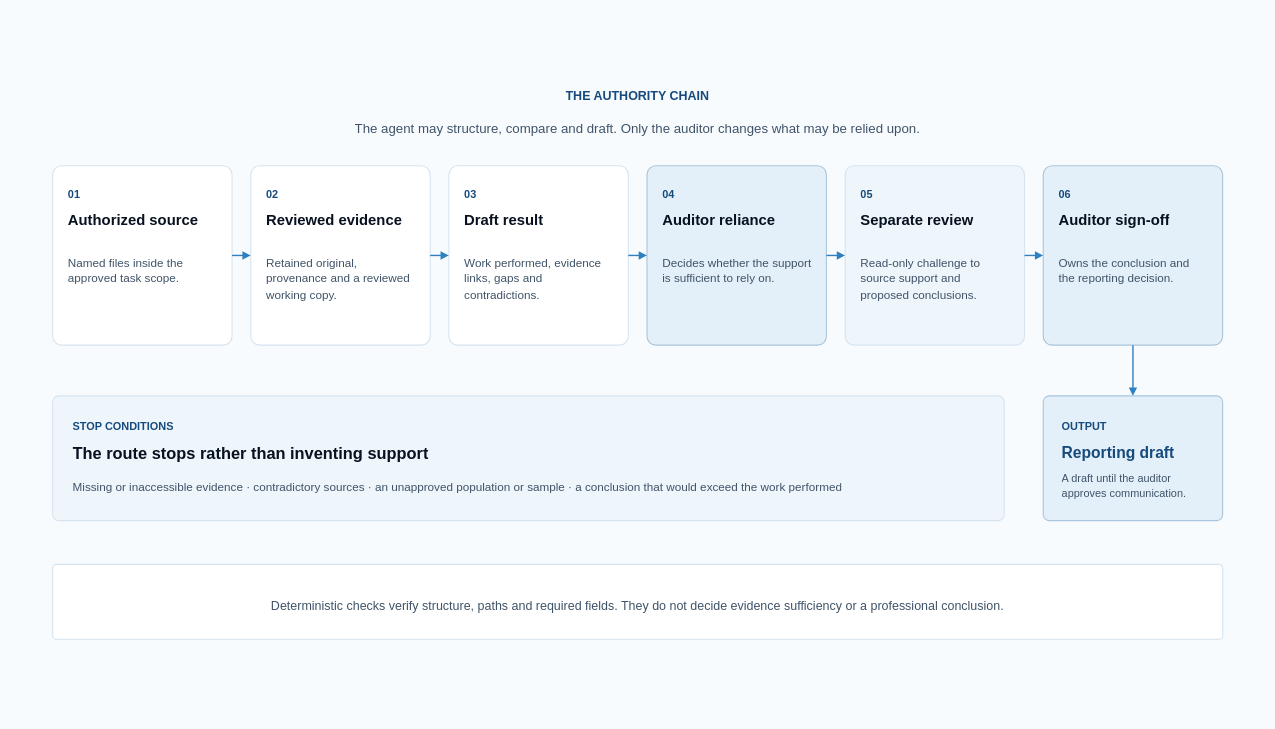
The draw.io diagram aeos/assets/source/aeos-guardrail-stack.drawio in busera/busera.github.io, before the edit. Source tidied: cells renumbered, new cells numbered last; positions are measured from the earlier drawing's top-left corner, leaving out a move shared by most shapes. Both pictures are drawn from the tidied source at 78%, with x=0, y=0 at pixel (13, 13).
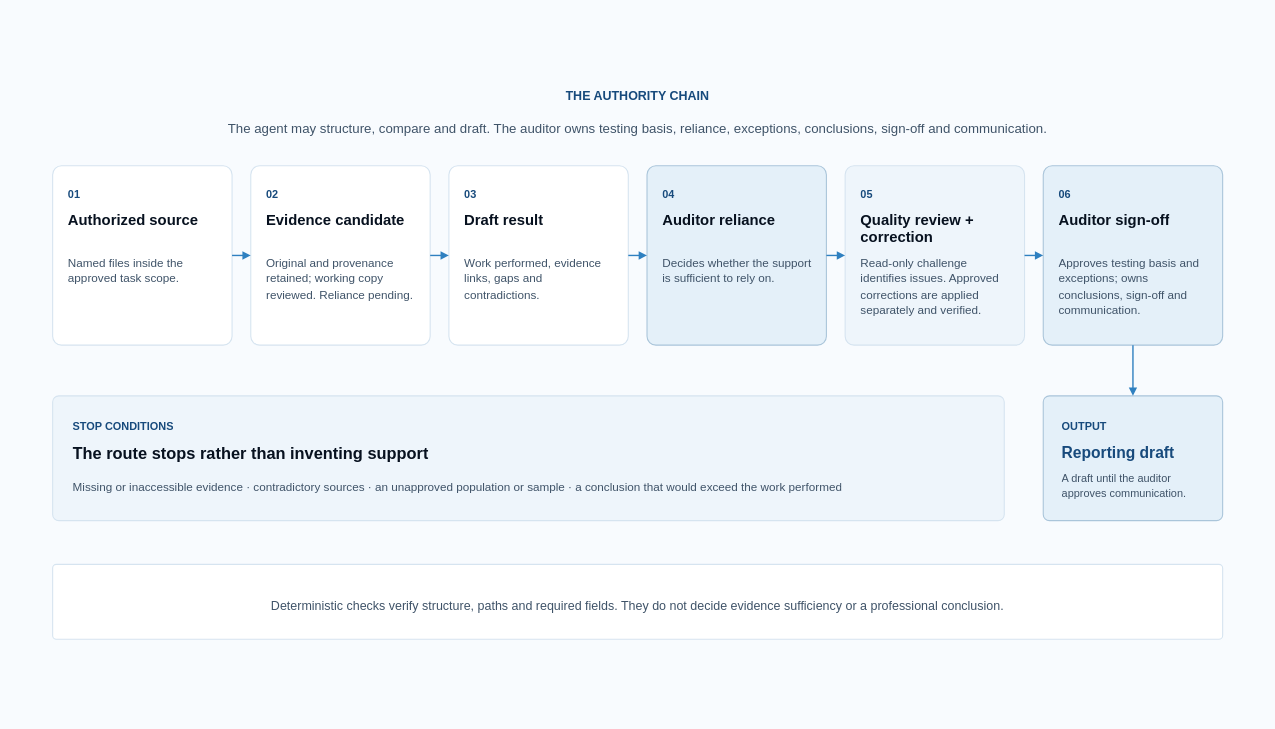
The same page after the edit.

The edit, as a diff of the source:
```diff
@@
-    <mxCell id="4" value="The agent may structure, compare and draft. Only the auditor changes what may be relied upon." style="text;html=1;whiteSpace=wrap;overflow=hidden;strokeColor=none;fillColor=none;spacing=0;spacingTop=0;spacingBottom=0;spacingLeft=0;spacingRight=0;align=center;verticalAlign=middle;fontFamily=Helvetica;fontColor=#3F5368;fontSize=17;fontStyle=0;" parent="1" vertex="1">
+    <mxCell id="4" value="The agent may structure, compare and draft. The auditor owns testing basis, reliance, exceptions, conclusions, sign-off and communication." style="text;html=1;whiteSpace=wrap;overflow=hidden;strokeColor=none;fillColor=none;spacing=0;spacingTop=0;spacingBottom=0;spacingLeft=0;spacingRight=0;align=center;verticalAlign=middle;fontFamily=Helvetica;fontColor=#3F5368;fontSize=17;fontStyle=0;" parent="1" vertex="1">
       <mxGeometry x="250" y="126" width="1100" height="46" as="geometry" />
     </mxCell>
@@
-    <mxCell id="11" value="&lt;div style=&quot;line-height:1.15;&quot;&gt;Reviewed evidence&lt;/div&gt;" style="text;html=1;whiteSpace=wrap;overflow=hidden;strokeColor=none;fillColor=none;spacing=0;spacingTop=0;spacingBottom=0;spacingLeft=0;spacingRight=0;align=left;verticalAlign=top;fontFamily=Helvetica;fontColor=#07111F;fontSize=19;fontStyle=1;" parent="1" vertex="1">
+    <mxCell id="11" value="&lt;div style=&quot;line-height:1.15;&quot;&gt;Evidence candidate&lt;/div&gt;" style="text;html=1;whiteSpace=wrap;overflow=hidden;strokeColor=none;fillColor=none;spacing=0;spacingTop=0;spacingBottom=0;spacingLeft=0;spacingRight=0;align=left;verticalAlign=top;fontFamily=Helvetica;fontColor=#07111F;fontSize=19;fontStyle=1;" parent="1" vertex="1">
       <mxGeometry x="324" y="249" width="190" height="46" as="geometry" />
     </mxCell>
-    <mxCell id="12" value="&lt;div style=&quot;line-height:1.35;&quot;&gt;Retained original, provenance and a reviewed working copy.&lt;/div&gt;" style="text;html=1;whiteSpace=wrap;overflow=hidden;strokeColor=none;fillColor=none;spacing=0;spacingTop=0;spacingBottom=0;spacingLeft=0;spacingRight=0;align=left;verticalAlign=top;fontFamily=Helvetica;fontColor=#3F5368;fontSize=15;fontStyle=0;" parent="1" vertex="1">
+    <mxCell id="12" value="&lt;div style=&quot;line-height:1.35;&quot;&gt;Original and provenance retained; working copy reviewed. Reliance pending.&lt;/div&gt;" style="text;html=1;whiteSpace=wrap;overflow=hidden;strokeColor=none;fillColor=none;spacing=0;spacingTop=0;spacingBottom=0;spacingLeft=0;spacingRight=0;align=left;verticalAlign=top;fontFamily=Helvetica;fontColor=#3F5368;fontSize=15;fontStyle=0;" parent="1" vertex="1">
       <mxGeometry x="324" y="305" width="190" height="100" as="geometry" />
     </mxCell>
@@
-    <mxCell id="23" value="&lt;div style=&quot;line-height:1.15;&quot;&gt;Separate review&lt;/div&gt;" style="text;html=1;whiteSpace=wrap;overflow=hidden;strokeColor=none;fillColor=none;spacing=0;spacingTop=0;spacingBottom=0;spacingLeft=0;spacingRight=0;align=left;verticalAlign=top;fontFamily=Helvetica;fontColor=#07111F;fontSize=19;fontStyle=1;" parent="1" vertex="1">
+    <mxCell id="23" value="&lt;div style=&quot;line-height:1.15;&quot;&gt;Quality review + correction&lt;/div&gt;" style="text;html=1;whiteSpace=wrap;overflow=hidden;strokeColor=none;fillColor=none;spacing=0;spacingTop=0;spacingBottom=0;spacingLeft=0;spacingRight=0;align=left;verticalAlign=top;fontFamily=Helvetica;fontColor=#07111F;fontSize=19;fontStyle=1;" parent="1" vertex="1">
       <mxGeometry x="1086" y="249" width="190" height="46" as="geometry" />
     </mxCell>
-    <mxCell id="24" value="&lt;div style=&quot;line-height:1.35;&quot;&gt;Read-only challenge to source support and proposed conclusions.&lt;/div&gt;" style="text;html=1;whiteSpace=wrap;overflow=hidden;strokeColor=none;fillColor=none;spacing=0;spacingTop=0;spacingBottom=0;spacingLeft=0;spacingRight=0;align=left;verticalAlign=top;fontFamily=Helvetica;fontColor=#3F5368;fontSize=15;fontStyle=0;" parent="1" vertex="1">
+    <mxCell id="24" value="&lt;div style=&quot;line-height:1.35;&quot;&gt;Read-only challenge identifies issues. Approved corrections are applied separately and verified.&lt;/div&gt;" style="text;html=1;whiteSpace=wrap;overflow=hidden;strokeColor=none;fillColor=none;spacing=0;spacingTop=0;spacingBottom=0;spacingLeft=0;spacingRight=0;align=left;verticalAlign=top;fontFamily=Helvetica;fontColor=#3F5368;fontSize=15;fontStyle=0;" parent="1" vertex="1">
       <mxGeometry x="1086" y="305" width="190" height="100" as="geometry" />
     </mxCell>
@@
-    <mxCell id="28" value="&lt;div style=&quot;line-height:1.35;&quot;&gt;Owns the conclusion and the reporting decision.&lt;/div&gt;" style="text;html=1;whiteSpace=wrap;overflow=hidden;strokeColor=none;fillColor=none;spacing=0;spacingTop=0;spacingBottom=0;spacingLeft=0;spacingRight=0;align=left;verticalAlign=top;fontFamily=Helvetica;fontColor=#3F5368;fontSize=15;fontStyle=0;" parent="1" vertex="1">
+    <mxCell id="28" value="&lt;div style=&quot;line-height:1.35;&quot;&gt;Approves testing basis and exceptions; owns conclusions, sign-off and communication.&lt;/div&gt;" style="text;html=1;whiteSpace=wrap;overflow=hidden;strokeColor=none;fillColor=none;spacing=0;spacingTop=0;spacingBottom=0;spacingLeft=0;spacingRight=0;align=left;verticalAlign=top;fontFamily=Helvetica;fontColor=#3F5368;fontSize=15;fontStyle=0;" parent="1" vertex="1">
       <mxGeometry x="1340" y="305" width="190" height="100" as="geometry" />
     </mxCell>
```
